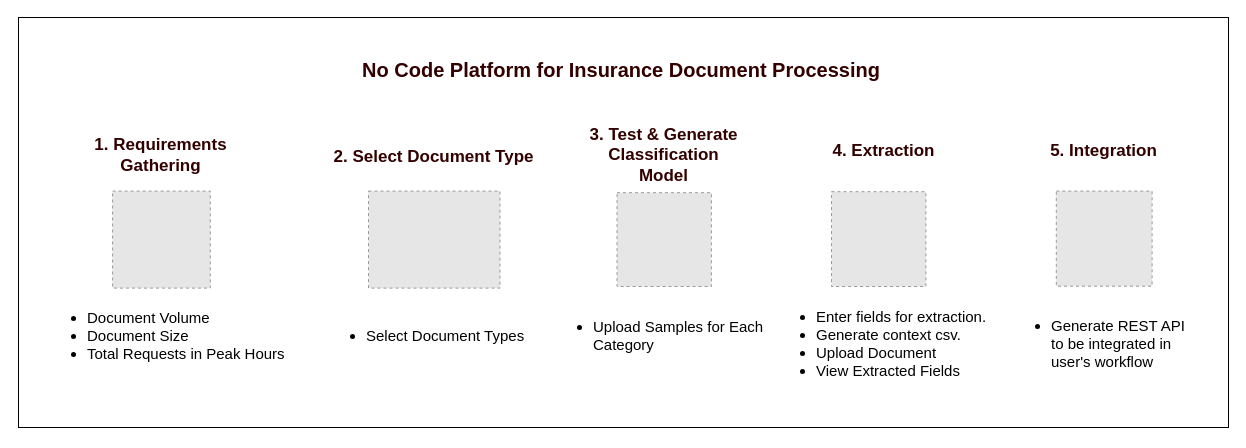
Earlier version of the draw.io diagram No Code Platform for Insurance Document Processing .drawio (sidthedesigner/Draw.io). Source tidied: cells renumbered, new cells numbered last; positions are measured from the earlier drawing's top-left corner, leaving out a move shared by most shapes. Both pictures are drawn from the tidied source at 100%, with x=0, y=0 at pixel (18, 17). Pictures stored in the file or linked from it are replaced by grey dashed boxes.
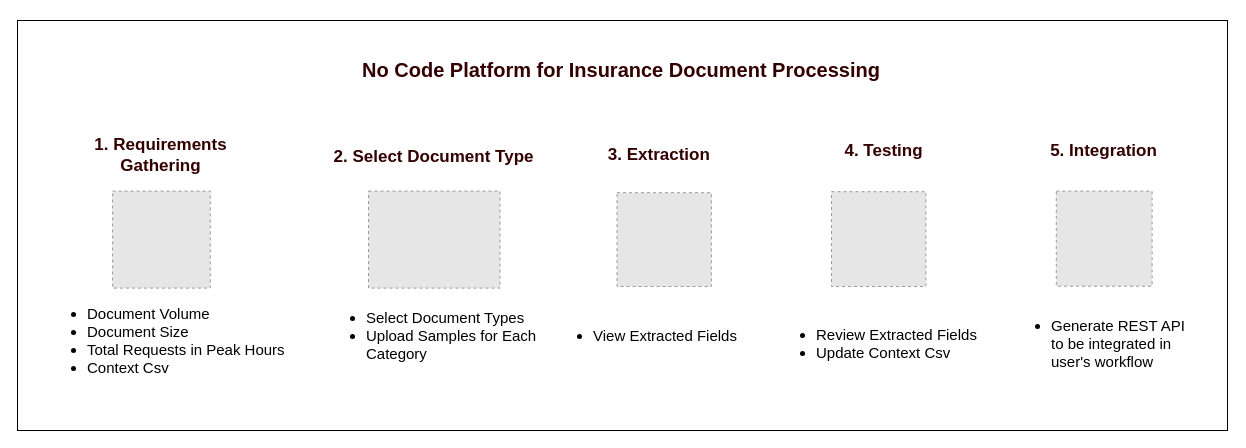
The same diagram, later.

The edit, as a diff of the source:
```diff
@@
 <mxGraphModel>
   <root>
     <mxCell id="0" />
     <mxCell id="1" parent="0" />
     <mxCell id="2" style="fillColor=#E6E6E6;strokeColor=#999999;dashed=1;verticalLabelPosition=bottom;labelBackgroundColor=default;verticalAlign=top;fontSize=15;" parent="1" vertex="1">
       <mxGeometry x="350" y="173.6" width="131.5" height="97" as="geometry" />
     </mxCell>
     <mxCell id="3" style="fillColor=#E6E6E6;strokeColor=#999999;dashed=1;verticalLabelPosition=bottom;labelBackgroundColor=default;verticalAlign=top;" parent="1" vertex="1">
       <mxGeometry x="94.1" y="173.6" width="97.7" height="97" as="geometry" />
     </mxCell>
     <mxCell id="4" style="fillColor=#E6E6E6;strokeColor=#999999;dashed=1;verticalLabelPosition=bottom;labelBackgroundColor=default;verticalAlign=top;" parent="1" vertex="1">
       <mxGeometry x="598.5" y="175.2" width="94.4" height="93.8" as="geometry" />
     </mxCell>
     <mxCell id="5" value="&lt;b style=&quot;font-size: 20px;&quot;&gt;No Code Platform for Insurance Document Processing&lt;/b&gt;" style="text;html=1;align=center;verticalAlign=middle;whiteSpace=wrap;rounded=0;fontSize=20;fontColor=#330000;labelBackgroundColor=default;labelBorderColor=none;textShadow=0;" parent="1" vertex="1">
       <mxGeometry x="323" y="37" width="560" height="30" as="geometry" />
     </mxCell>
     <mxCell id="6" value="1. Requirements&lt;div&gt;Gathering&lt;/div&gt;" style="text;html=1;align=center;verticalAlign=middle;whiteSpace=wrap;rounded=0;fontStyle=1;fontColor=#330000;fontSize=17;" parent="1" vertex="1">
       <mxGeometry x="65.4" y="123.4" width="155.2" height="30" as="geometry" />
     </mxCell>
-    <mxCell id="7" value="&lt;ul style=&quot;font-size: 15px;&quot;&gt;&lt;li style=&quot;font-size: 15px;&quot;&gt;Document Volume&lt;/li&gt;&lt;li style=&quot;font-size: 15px;&quot;&gt;Document Size&lt;/li&gt;&lt;li style=&quot;font-size: 15px;&quot;&gt;Total Requests in Peak Hours&lt;/li&gt;&lt;/ul&gt;" style="text;html=1;align=left;verticalAlign=middle;whiteSpace=wrap;rounded=0;fontSize=15;" parent="1" vertex="1">
-      <mxGeometry x="27" y="278" width="257.7" height="79" as="geometry" />
+    <mxCell id="7" value="&lt;ul style=&quot;font-size: 15px;&quot;&gt;&lt;li style=&quot;font-size: 15px;&quot;&gt;Document Volume&lt;/li&gt;&lt;li style=&quot;font-size: 15px;&quot;&gt;Document Size&lt;/li&gt;&lt;li style=&quot;font-size: 15px;&quot;&gt;Total Requests in Peak Hours&lt;/li&gt;&lt;li style=&quot;font-size: 15px;&quot;&gt;Context Csv&lt;/li&gt;&lt;/ul&gt;" style="text;html=1;align=left;verticalAlign=middle;whiteSpace=wrap;rounded=0;fontSize=15;" parent="1" vertex="1">
+      <mxGeometry x="27" y="283" width="257.7" height="79" as="geometry" />
     </mxCell>
     <mxCell id="8" value="2. Select Document Type" style="text;html=1;align=center;verticalAlign=middle;whiteSpace=wrap;rounded=0;fontStyle=1;fontColor=#330000;fontSize=17;" parent="1" vertex="1">
       <mxGeometry x="313.3" y="124.8" width="204.8" height="30" as="geometry" />
     </mxCell>
-    <mxCell id="9" value="&lt;ul style=&quot;font-size: 15px;&quot;&gt;&lt;li style=&quot;font-size: 15px;&quot;&gt;Select Document Types&lt;/li&gt;&lt;/ul&gt;" style="text;html=1;align=left;verticalAlign=middle;whiteSpace=wrap;rounded=0;fontSize=15;" parent="1" vertex="1">
+    <mxCell id="9" value="&lt;ul style=&quot;font-size: 15px;&quot;&gt;&lt;li style=&quot;font-size: 15px;&quot;&gt;Select Document Types&lt;/li&gt;&lt;li&gt;Upload Samples for Each&amp;nbsp; Category&lt;/li&gt;&lt;/ul&gt;" style="text;html=1;align=left;verticalAlign=middle;whiteSpace=wrap;rounded=0;fontSize=15;" parent="1" vertex="1">
       <mxGeometry x="306" y="278" width="219.4" height="79" as="geometry" />
     </mxCell>
-    <mxCell id="10" value="3. Test &amp;amp; Generate Classification Model" style="text;html=1;align=center;verticalAlign=middle;whiteSpace=wrap;rounded=0;fontStyle=1;fontColor=#330000;fontSize=17;" parent="1" vertex="1">
-      <mxGeometry x="568.1" y="123.4" width="155.2" height="30" as="geometry" />
+    <mxCell id="10" value="3. Extraction&amp;nbsp; &amp;nbsp; &amp;nbsp;&amp;nbsp;" style="text;html=1;align=center;verticalAlign=middle;whiteSpace=wrap;rounded=0;fontStyle=1;fontColor=#330000;fontSize=17;" parent="1" vertex="1">
+      <mxGeometry x="585" y="123.4" width="140.3" height="30" as="geometry" />
     </mxCell>
-    <mxCell id="11" value="&lt;ul style=&quot;font-size: 15px;&quot;&gt;&lt;li&gt;Upload Samples for Each&amp;nbsp; Category&lt;/li&gt;&lt;/ul&gt;" style="text;html=1;align=left;verticalAlign=middle;whiteSpace=wrap;rounded=0;fontSize=15;" parent="1" vertex="1">
+    <mxCell id="11" value="&lt;ul style=&quot;font-size: 15px;&quot;&gt;&lt;li&gt;&lt;span style=&quot;background-color: initial;&quot;&gt;View Extracted Fields&lt;/span&gt;&lt;/li&gt;&lt;/ul&gt;" style="text;html=1;align=left;verticalAlign=middle;whiteSpace=wrap;rounded=0;fontSize=15;" parent="1" vertex="1">
       <mxGeometry x="533" y="278" width="242.5" height="79" as="geometry" />
     </mxCell>
-    <mxCell id="12" value="4. Extraction" style="text;html=1;align=center;verticalAlign=middle;whiteSpace=wrap;rounded=0;fontStyle=1;fontColor=#330000;fontSize=17;" parent="1" vertex="1">
+    <mxCell id="12" value="4. Testing" style="text;html=1;align=center;verticalAlign=middle;whiteSpace=wrap;rounded=0;fontStyle=1;fontColor=#330000;fontSize=17;" parent="1" vertex="1">
       <mxGeometry x="788.1" y="119" width="155.2" height="30" as="geometry" />
     </mxCell>
-    <mxCell id="13" value="&lt;ul style=&quot;font-size: 15px;&quot;&gt;&lt;li&gt;Enter fields for extraction.&lt;/li&gt;&lt;li&gt;Generate context csv.&lt;/li&gt;&lt;li&gt;Upload Document&lt;/li&gt;&lt;li&gt;View Extracted Fields&lt;/li&gt;&lt;/ul&gt;" style="text;html=1;align=left;verticalAlign=middle;whiteSpace=wrap;rounded=0;fontSize=15;" parent="1" vertex="1">
+    <mxCell id="13" value="&lt;ul style=&quot;font-size: 15px;&quot;&gt;&lt;li&gt;Review Extracted Fields&lt;/li&gt;&lt;li&gt;Update Context Csv&lt;/li&gt;&lt;/ul&gt;" style="text;html=1;align=left;verticalAlign=middle;whiteSpace=wrap;rounded=0;fontSize=15;" parent="1" vertex="1">
       <mxGeometry x="755.7" y="286.1" width="220" height="79" as="geometry" />
     </mxCell>
     <mxCell id="14" value="5. Integration" style="text;html=1;align=center;verticalAlign=middle;whiteSpace=wrap;rounded=0;fontStyle=1;fontColor=#330000;fontSize=17;" parent="1" vertex="1">
       <mxGeometry x="1008.1" y="119" width="155.2" height="30" as="geometry" />
     </mxCell>
     <mxCell id="15" value="&lt;ul style=&quot;font-size: 15px;&quot;&gt;&lt;li&gt;Generate REST API to be integrated in user's workflow&lt;/li&gt;&lt;/ul&gt;" style="text;html=1;align=left;verticalAlign=middle;whiteSpace=wrap;rounded=0;fontSize=15;" parent="1" vertex="1">
-      <mxGeometry x="990.7" y="286.1" width="190" height="79" as="geometry" />
+      <mxGeometry x="990.7" y="286.1" width="192.3" height="79" as="geometry" />
     </mxCell>
     <mxCell id="16" style="fillColor=#E6E6E6;strokeColor=#999999;dashed=1;verticalLabelPosition=bottom;labelBackgroundColor=default;verticalAlign=top;" parent="1" vertex="1">
       <mxGeometry x="1037.8" y="173.6" width="95.8" height="95.1" as="geometry" />
     </mxCell>
     <mxCell id="17" style="fillColor=#E6E6E6;strokeColor=#999999;dashed=1;verticalLabelPosition=bottom;labelBackgroundColor=default;verticalAlign=top;" parent="1" vertex="1">
       <mxGeometry x="813" y="174.2" width="94.4" height="94.8" as="geometry" />
     </mxCell>
     <mxCell id="18" style="rounded=0;whiteSpace=wrap;html=1;fillColor=none;" parent="1" vertex="1">
-      <mxGeometry width="1210" height="410" as="geometry" />
+      <mxGeometry x="-1" y="3" width="1210" height="410" as="geometry" />
     </mxCell>
   </root>
 </mxGraphModel>
```
